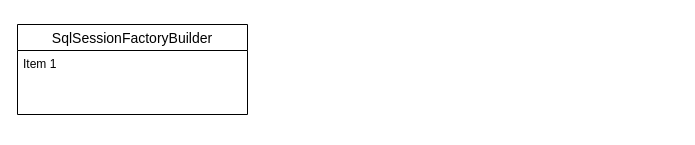
This is 新建流程图.drawio from weixiaojian/draw-io-lib, a draw.io file, before an edit. Source tidied: cells renumbered, new cells numbered last; positions are measured from the earlier drawing's top-left corner, leaving out a move shared by most shapes. Both pictures are drawn from the tidied source at 100%, with x=0, y=0 at pixel (17, 24).
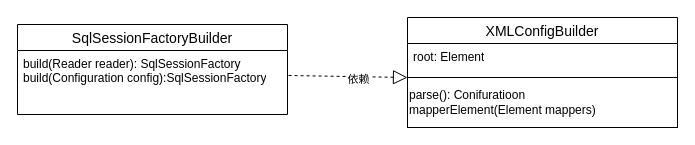
After the change.

Commit message (it also covers changes not shown here):
更新新建流程图.drawio

What changed in the source:
```diff
@@
 <mxGraphModel>
   <root>
     <mxCell id="0" />
     <mxCell id="1" parent="0" />
     <mxCell id="2" value="SqlSessionFactoryBuilder" style="swimlane;fontStyle=0;horizontal=1;startSize=26;align=center;fontSize=14;" parent="1" vertex="1">
-      <mxGeometry width="230" height="90" as="geometry" />
+      <mxGeometry width="270" height="90" as="geometry" />
     </mxCell>
-    <mxCell id="3" value="Item 1&lt;br&gt;&lt;br&gt;" style="text;strokeColor=none;fillColor=none;spacingLeft=4;spacingRight=4;overflow=hidden;points=[[0,0.5],[1,0.5]];portConstraint=eastwest;fontSize=12;whiteSpace=wrap;html=1;" parent="2" vertex="1">
-      <mxGeometry y="26" width="230" height="64" as="geometry" />
+    <mxCell id="3" value="build(Reader reader): SqlSessionFactory&lt;br&gt;build(Configuration config):SqlSessionFactory" style="text;strokeColor=none;fillColor=none;spacingLeft=4;spacingRight=4;overflow=hidden;points=[[0,0.5],[1,0.5]];portConstraint=eastwest;fontSize=12;whiteSpace=wrap;html=1;" parent="2" vertex="1">
+      <mxGeometry y="26" width="270" height="64" as="geometry" />
     </mxCell>
+    <mxCell id="4" value="XMLConfigBuilder" style="swimlane;fontStyle=0;horizontal=1;startSize=26;align=center;fontSize=14;" parent="1" vertex="1">
+      <mxGeometry x="390" y="-7" width="270" height="60" as="geometry" />
+    </mxCell>
+    <mxCell id="5" value="root: Element&lt;br&gt;" style="text;strokeColor=none;fillColor=none;spacingLeft=4;spacingRight=4;overflow=hidden;fontSize=12;whiteSpace=wrap;html=1;" parent="4" vertex="1">
+      <mxGeometry y="26" width="270" height="34" as="geometry" />
+    </mxCell>
+    <mxCell id="6" value="parse(): Conifuratioon&lt;br&gt;mapperElement(Element mappers)" style="rounded=0;whiteSpace=wrap;html=1;fillColor=none;align=left;" parent="1" vertex="1">
+      <mxGeometry x="390" y="53" width="270" height="50" as="geometry" />
+    </mxCell>
+    <mxCell id="7" style="endArrow=block;dashed=1;endFill=0;endSize=12;html=1;rounded=0;entryX=0;entryY=0;entryDx=0;entryDy=0;exitX=1.004;exitY=0.391;exitDx=0;exitDy=0;exitPerimeter=0;" parent="1" edge="1" source="3" target="6">
+      <mxGeometry relative="1" as="geometry" />
+    </mxCell>
+    <mxCell id="8" value="依赖" style="edgeLabel;html=1;align=center;verticalAlign=middle;" parent="7" vertex="1">
+      <mxGeometry x="0.16" y="-2" relative="1" as="geometry" />
+    </mxCell>
   </root>
 </mxGraphModel>
```
